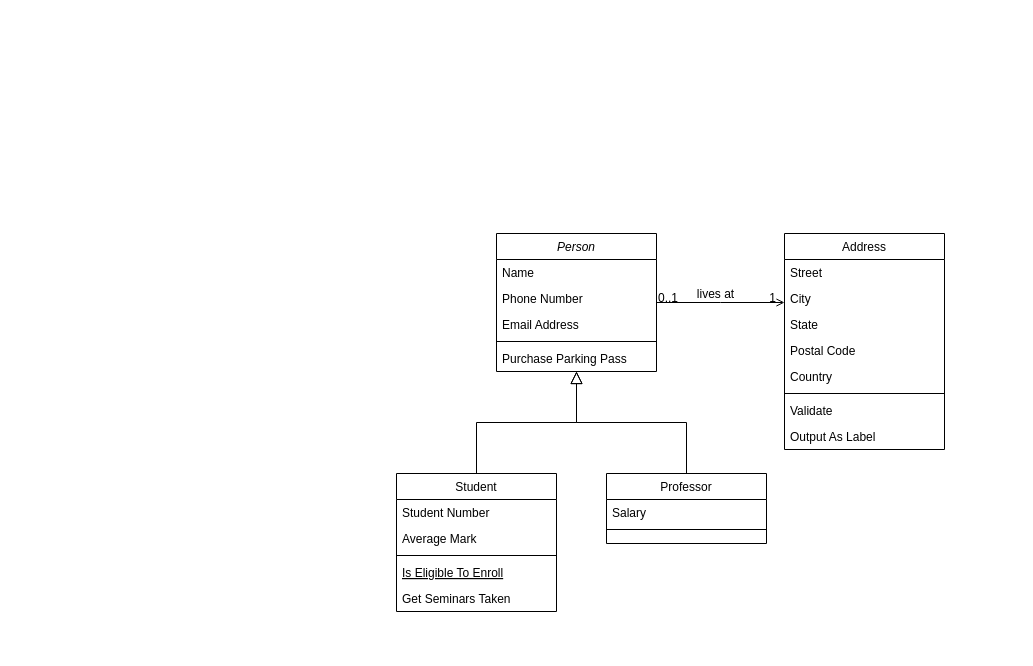
phoenix1179/BD keeps this draw.io diagram as ayds3.drawio. Above is the earlier version. Source tidied: cells renumbered, new cells numbered last; positions are measured from the earlier drawing's top-left corner, leaving out a move shared by most shapes. Both pictures are drawn from the tidied source at 100%, with x=0, y=0 at pixel (396, 233).
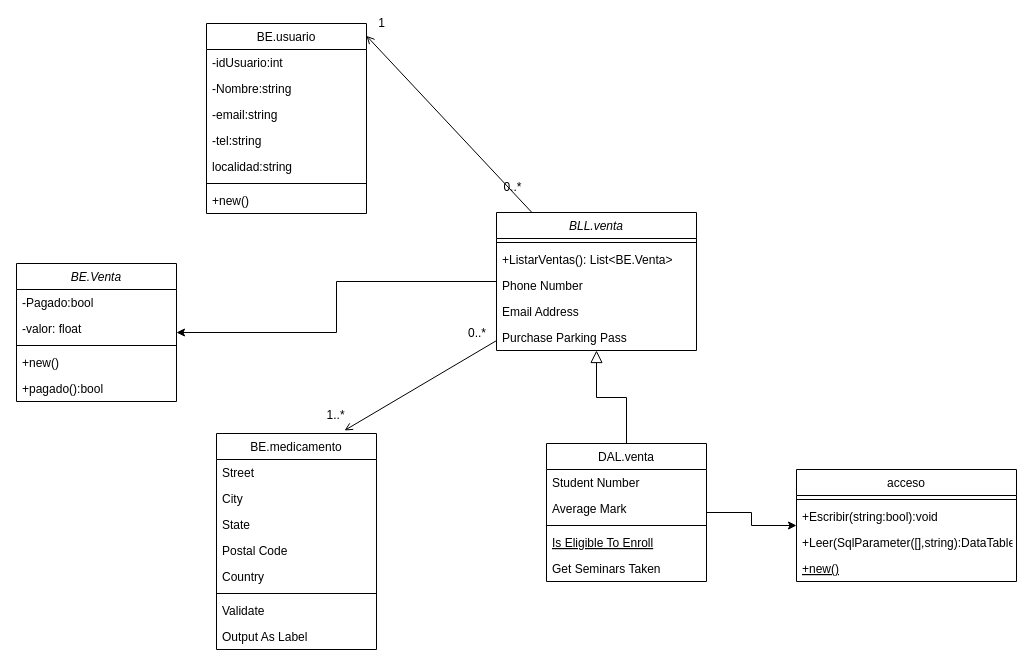
After the change.

What changed in the source:
```diff
@@
+    <mxCell id="32" style="edgeStyle=orthogonalEdgeStyle;rounded=0;jettySize=auto;html=1;" parent="1" edge="1" source="2" target="50">
+      <mxGeometry relative="1" as="geometry" />
+    </mxCell>
-    <mxCell id="2" value="Person" style="swimlane;fontStyle=2;align=center;verticalAlign=top;horizontal=1;startSize=26;rounded=0;shadow=0;strokeWidth=1;" parent="1" vertex="1">
-      <mxGeometry x="100" width="160" height="138" as="geometry" />
+    <mxCell id="2" value="BLL.venta" style="swimlane;fontStyle=2;align=center;verticalAlign=top;horizontal=1;startSize=26;rounded=0;shadow=0;strokeWidth=1;" parent="1" vertex="1">
+      <mxGeometry x="100" y="-21" width="200" height="138" as="geometry" />
     </mxCell>
+    <mxCell id="6" style="line;html=1;strokeWidth=1;align=left;verticalAlign=middle;spacingTop=-1;spacingLeft=3;spacingRight=3;labelPosition=right;" parent="2" vertex="1">
+      <mxGeometry y="26" width="200" height="8" as="geometry" />
+    </mxCell>
-    <mxCell id="3" value="Name" style="text;align=left;verticalAlign=top;spacingLeft=4;spacingRight=4;overflow=hidden;" parent="2" vertex="1">
-      <mxGeometry y="26" width="160" height="26" as="geometry" />
+    <mxCell id="3" value="+ListarVentas(): List&lt;BE.Venta&gt;" style="text;align=left;verticalAlign=top;spacingLeft=4;spacingRight=4;overflow=hidden;" parent="2" vertex="1">
+      <mxGeometry y="34" width="200" height="26" as="geometry" />
     </mxCell>
     <mxCell id="4" value="Phone Number" style="text;align=left;verticalAlign=top;spacingLeft=4;spacingRight=4;overflow=hidden;rounded=0;shadow=0;html=0;" parent="2" vertex="1">
-      <mxGeometry y="52" width="160" height="26" as="geometry" />
+      <mxGeometry y="60" width="200" height="26" as="geometry" />
     </mxCell>
     <mxCell id="5" value="Email Address" style="text;align=left;verticalAlign=top;spacingLeft=4;spacingRight=4;overflow=hidden;rounded=0;shadow=0;html=0;" parent="2" vertex="1">
-      <mxGeometry y="78" width="160" height="26" as="geometry" />
+      <mxGeometry y="86" width="200" height="26" as="geometry" />
     </mxCell>
-    <mxCell id="6" style="line;html=1;strokeWidth=1;align=left;verticalAlign=middle;spacingTop=-1;spacingLeft=3;spacingRight=3;labelPosition=right;" parent="2" vertex="1">
-      <mxGeometry y="104" width="160" height="8" as="geometry" />
-    </mxCell>
     <mxCell id="7" value="Purchase Parking Pass" style="text;align=left;verticalAlign=top;spacingLeft=4;spacingRight=4;overflow=hidden;" parent="2" vertex="1">
-      <mxGeometry y="112" width="160" height="26" as="geometry" />
+      <mxGeometry y="112" width="200" height="26" as="geometry" />
     </mxCell>
+    <mxCell id="33" style="edgeStyle=orthogonalEdgeStyle;rounded=0;jettySize=auto;html=1;" parent="1" edge="1" source="8" target="45">
+      <mxGeometry relative="1" as="geometry" />
+    </mxCell>
-    <mxCell id="8" value="Student" style="swimlane;fontStyle=0;align=center;verticalAlign=top;horizontal=1;startSize=26;rounded=0;shadow=0;strokeWidth=1;" parent="1" vertex="1">
-      <mxGeometry y="240" width="160" height="138" as="geometry" />
+    <mxCell id="8" value="DAL.venta" style="swimlane;fontStyle=0;align=center;verticalAlign=top;horizontal=1;startSize=26;rounded=0;shadow=0;strokeWidth=1;" parent="1" vertex="1">
+      <mxGeometry x="150" y="210" width="160" height="138" as="geometry" />
     </mxCell>
@@
-    <mxCell id="15" value="Professor" style="swimlane;fontStyle=0;align=center;verticalAlign=top;horizontal=1;startSize=26;rounded=0;shadow=0;strokeWidth=1;" parent="1" vertex="1">
-      <mxGeometry x="210" y="240" width="160" height="70" as="geometry" />
-    </mxCell>
-    <mxCell id="16" value="Salary" style="text;align=left;verticalAlign=top;spacingLeft=4;spacingRight=4;overflow=hidden;" parent="15" vertex="1">
-      <mxGeometry y="26" width="160" height="26" as="geometry" />
-    </mxCell>
-    <mxCell id="17" style="line;html=1;strokeWidth=1;align=left;verticalAlign=middle;spacingTop=-1;spacingLeft=3;spacingRight=3;labelPosition=right;" parent="15" vertex="1">
-      <mxGeometry y="52" width="160" height="8" as="geometry" />
-    </mxCell>
-    <mxCell id="18" style="endArrow=block;endSize=10;endFill=0;shadow=0;strokeWidth=1;rounded=0;edgeStyle=elbowEdgeStyle;elbow=vertical;" parent="1" edge="1" source="15" target="2">
-      <mxGeometry relative="1" as="geometry" />
-    </mxCell>
-    <mxCell id="19" value="Address" style="swimlane;fontStyle=0;align=center;verticalAlign=top;horizontal=1;startSize=26;rounded=0;shadow=0;strokeWidth=1;" parent="1" vertex="1">
-      <mxGeometry x="388" width="160" height="216" as="geometry" />
+    <mxCell id="19" value="BE.medicamento" style="swimlane;fontStyle=0;align=center;verticalAlign=top;horizontal=1;startSize=26;rounded=0;shadow=0;strokeWidth=1;" parent="1" vertex="1">
+      <mxGeometry x="-180" y="200" width="160" height="216" as="geometry" />
     </mxCell>
@@
-    <mxCell id="28" style="endArrow=open;shadow=0;strokeWidth=1;rounded=0;endFill=1;edgeStyle=elbowEdgeStyle;elbow=vertical;" parent="1" edge="1" source="2" target="19">
+    <mxCell id="28" style="endArrow=open;shadow=0;strokeWidth=1;rounded=0;endFill=1;elbow=vertical;entryX=0.8;entryY=-0.014;entryDx=0;entryDy=0;entryPerimeter=0;" parent="1" edge="1" source="2" target="19">
       <mxGeometry x="0.5" y="41" relative="1" as="geometry">
         <mxPoint x="-40" y="32" as="offset" />
       </mxGeometry>
     </mxCell>
-    <mxCell id="29" value="0..1" style="align=left;verticalAlign=bottom;labelBackgroundColor=none;fontSize=12;" parent="28" vertex="1">
+    <mxCell id="29" value="0..*" style="align=left;verticalAlign=bottom;labelBackgroundColor=none;fontSize=12;" parent="28" vertex="1">
       <mxGeometry x="-1" relative="1" as="geometry">
-        <mxPoint y="4" as="offset" />
+        <mxPoint x="-30" y="1" as="offset" />
       </mxGeometry>
     </mxCell>
-    <mxCell id="30" value="1" style="align=right;verticalAlign=bottom;labelBackgroundColor=none;fontSize=12;" parent="28" vertex="1">
+    <mxCell id="30" value="1..*" style="align=right;verticalAlign=bottom;labelBackgroundColor=none;fontSize=12;" parent="28" vertex="1">
       <mxGeometry x="1" relative="1" as="geometry">
-        <mxPoint x="-7" y="4" as="offset" />
+        <mxPoint x="2" y="-7" as="offset" />
       </mxGeometry>
     </mxCell>
-    <mxCell id="31" value="lives at" style="text;html=1;align=center;verticalAlign=middle;labelBackgroundColor=none;rounded=0;shadow=0;strokeWidth=1;fontSize=12;" parent="28" vertex="1">
-      <mxGeometry x="0.5" y="49" relative="1" as="geometry">
-        <mxPoint x="-38" y="40" as="offset" />
-      </mxGeometry>
-    </mxCell>
+    <mxCell id="34" value="BE.usuario" style="swimlane;fontStyle=0;align=center;verticalAlign=top;horizontal=1;startSize=26;rounded=0;shadow=0;strokeWidth=1;" parent="1" vertex="1">
+      <mxGeometry x="-190" y="-210" width="160" height="190" as="geometry" />
+    </mxCell>
+    <mxCell id="35" value="-idUsuario:int" style="text;align=left;verticalAlign=top;spacingLeft=4;spacingRight=4;overflow=hidden;" parent="34" vertex="1">
+      <mxGeometry y="26" width="160" height="26" as="geometry" />
+    </mxCell>
+    <mxCell id="36" value="-Nombre:string" style="text;align=left;verticalAlign=top;spacingLeft=4;spacingRight=4;overflow=hidden;rounded=0;shadow=0;html=0;" parent="34" vertex="1">
+      <mxGeometry y="52" width="160" height="26" as="geometry" />
+    </mxCell>
+    <mxCell id="37" value="-email:string" style="text;align=left;verticalAlign=top;spacingLeft=4;spacingRight=4;overflow=hidden;rounded=0;shadow=0;html=0;" parent="34" vertex="1">
+      <mxGeometry y="78" width="160" height="26" as="geometry" />
+    </mxCell>
+    <mxCell id="38" value="-tel:string" style="text;align=left;verticalAlign=top;spacingLeft=4;spacingRight=4;overflow=hidden;rounded=0;shadow=0;html=0;" parent="34" vertex="1">
+      <mxGeometry y="104" width="160" height="26" as="geometry" />
+    </mxCell>
+    <mxCell id="39" value="localidad:string" style="text;align=left;verticalAlign=top;spacingLeft=4;spacingRight=4;overflow=hidden;rounded=0;shadow=0;html=0;" parent="34" vertex="1">
+      <mxGeometry y="130" width="160" height="26" as="geometry" />
+    </mxCell>
+    <mxCell id="40" style="line;html=1;strokeWidth=1;align=left;verticalAlign=middle;spacingTop=-1;spacingLeft=3;spacingRight=3;labelPosition=right;" parent="34" vertex="1">
+      <mxGeometry y="156" width="160" height="8" as="geometry" />
+    </mxCell>
+    <mxCell id="41" value="+new()" style="text;align=left;verticalAlign=top;spacingLeft=4;spacingRight=4;overflow=hidden;" parent="34" vertex="1">
+      <mxGeometry y="164" width="160" height="26" as="geometry" />
+    </mxCell>
+    <mxCell id="42" style="endArrow=open;shadow=0;strokeWidth=1;rounded=0;endFill=1;elbow=vertical;entryX=1;entryY=0.065;entryDx=0;entryDy=0;entryPerimeter=0;" parent="1" edge="1" source="2" target="34">
+      <mxGeometry x="0.5" y="41" relative="1" as="geometry">
+        <mxPoint x="-40" y="32" as="offset" />
+      </mxGeometry>
+    </mxCell>
+    <mxCell id="43" value="0..*" style="align=left;verticalAlign=bottom;labelBackgroundColor=none;fontSize=12;" parent="42" vertex="1">
+      <mxGeometry x="-1" relative="1" as="geometry">
+        <mxPoint x="-30" y="-17" as="offset" />
+      </mxGeometry>
+    </mxCell>
+    <mxCell id="44" value="1" style="align=right;verticalAlign=bottom;labelBackgroundColor=none;fontSize=12;" parent="42" vertex="1">
+      <mxGeometry x="1" relative="1" as="geometry">
+        <mxPoint x="20" y="-4" as="offset" />
+      </mxGeometry>
+    </mxCell>
+    <mxCell id="45" value="acceso" style="swimlane;fontStyle=0;align=center;verticalAlign=top;horizontal=1;startSize=26;rounded=0;shadow=0;strokeWidth=1;" parent="1" vertex="1">
+      <mxGeometry x="400" y="236" width="220" height="112" as="geometry" />
+    </mxCell>
+    <mxCell id="46" style="line;html=1;strokeWidth=1;align=left;verticalAlign=middle;spacingTop=-1;spacingLeft=3;spacingRight=3;labelPosition=right;" parent="45" vertex="1">
+      <mxGeometry y="26" width="220" height="8" as="geometry" />
+    </mxCell>
+    <mxCell id="47" value="+Escribir(string:bool):void" style="text;align=left;verticalAlign=top;spacingLeft=4;spacingRight=4;overflow=hidden;" parent="45" vertex="1">
+      <mxGeometry y="34" width="220" height="26" as="geometry" />
+    </mxCell>
+    <mxCell id="48" value="+Leer(SqlParameter([],string):DataTable" style="text;align=left;verticalAlign=top;spacingLeft=4;spacingRight=4;overflow=hidden;rounded=0;shadow=0;html=0;" parent="45" vertex="1">
+      <mxGeometry y="60" width="220" height="26" as="geometry" />
+    </mxCell>
+    <mxCell id="49" value="+new()" style="text;align=left;verticalAlign=top;spacingLeft=4;spacingRight=4;overflow=hidden;fontStyle=4;" parent="45" vertex="1">
+      <mxGeometry y="86" width="220" height="26" as="geometry" />
+    </mxCell>
+    <mxCell id="50" value="BE.Venta" style="swimlane;fontStyle=2;align=center;verticalAlign=top;horizontal=1;startSize=26;rounded=0;shadow=0;strokeWidth=1;" parent="1" vertex="1">
+      <mxGeometry x="-380" y="30" width="160" height="138" as="geometry" />
+    </mxCell>
+    <mxCell id="51" value="-Pagado:bool" style="text;align=left;verticalAlign=top;spacingLeft=4;spacingRight=4;overflow=hidden;" parent="50" vertex="1">
+      <mxGeometry y="26" width="160" height="26" as="geometry" />
+    </mxCell>
+    <mxCell id="52" value="-valor: float" style="text;align=left;verticalAlign=top;spacingLeft=4;spacingRight=4;overflow=hidden;rounded=0;shadow=0;html=0;" parent="50" vertex="1">
+      <mxGeometry y="52" width="160" height="26" as="geometry" />
+    </mxCell>
+    <mxCell id="53" style="line;html=1;strokeWidth=1;align=left;verticalAlign=middle;spacingTop=-1;spacingLeft=3;spacingRight=3;labelPosition=right;" parent="50" vertex="1">
+      <mxGeometry y="78" width="160" height="8" as="geometry" />
+    </mxCell>
+    <mxCell id="54" value="+new()" style="text;align=left;verticalAlign=top;spacingLeft=4;spacingRight=4;overflow=hidden;" parent="50" vertex="1">
+      <mxGeometry y="86" width="160" height="26" as="geometry" />
+    </mxCell>
+    <mxCell id="55" value="+pagado():bool" style="text;align=left;verticalAlign=top;spacingLeft=4;spacingRight=4;overflow=hidden;" parent="50" vertex="1">
+      <mxGeometry y="112" width="160" height="26" as="geometry" />
+    </mxCell>
```
